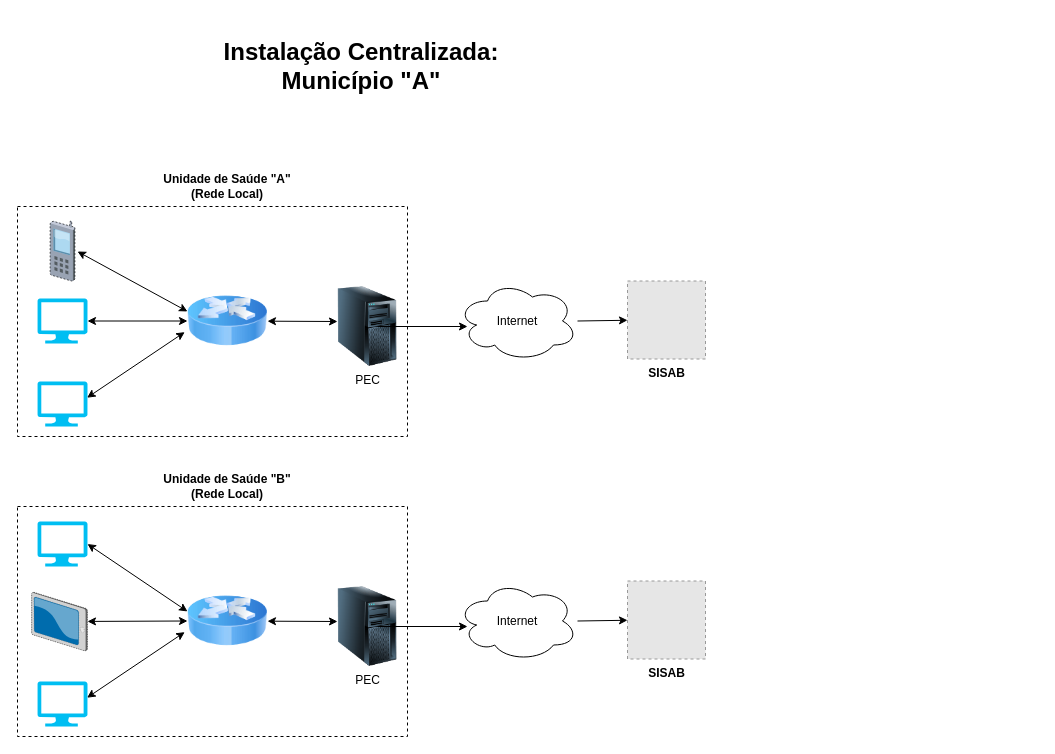
Before: page "Descentralizado_2" (2 of 4) of Untitled Diagram.drawio in cwsdevops/scripts-eSUS-APS, a draw.io diagram. Source tidied: cells renumbered, new cells numbered last; positions are measured from the earlier drawing's top-left corner, leaving out a move shared by most shapes. Both pictures are drawn from the tidied source at 100%, with x=0, y=0 at pixel (17, 51). Pictures stored in the file or linked from it are replaced by grey dashed boxes.
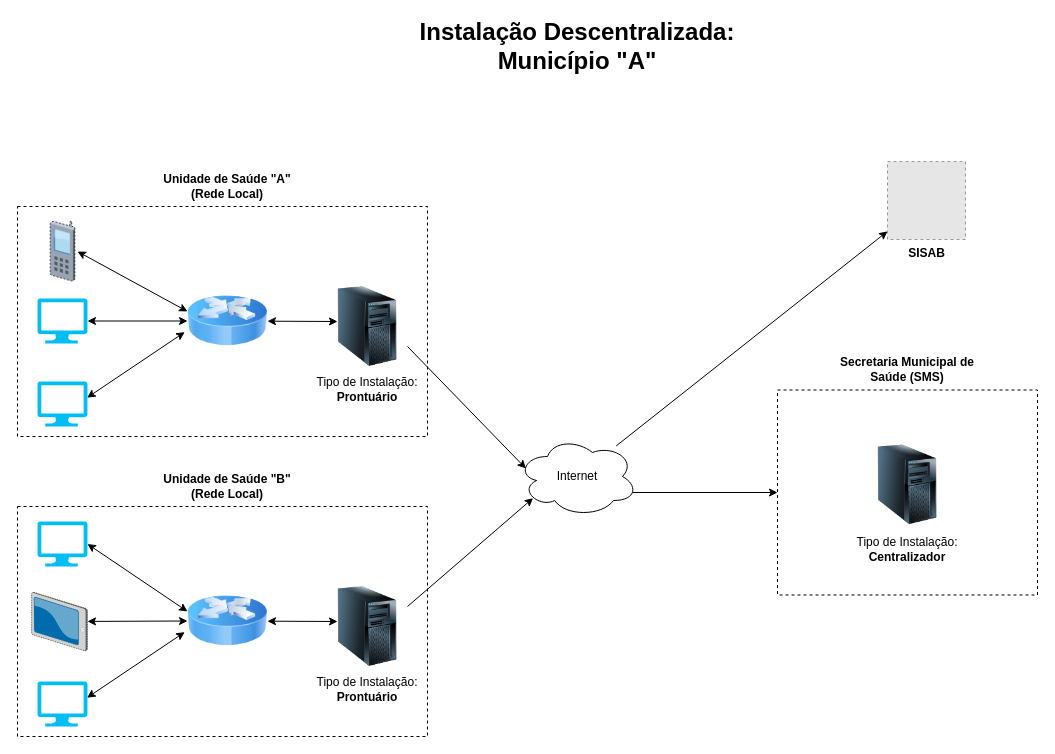
The same diagram, later.

Change to the diagram source:
```diff
@@
     <mxCell id="2" style="rounded=0;whiteSpace=wrap;html=1;fillColor=none;dashed=1;" parent="1" vertex="1">
-      <mxGeometry y="155" width="390" height="230" as="geometry" />
+      <mxGeometry y="155" width="410" height="230" as="geometry" />
     </mxCell>
@@
     <mxCell id="5" value="Internet" style="ellipse;shape=cloud;whiteSpace=wrap;html=1;" parent="1" vertex="1">
-      <mxGeometry x="440" y="229.5" width="120" height="80" as="geometry" />
+      <mxGeometry x="500" y="385" width="120" height="80" as="geometry" />
     </mxCell>
     <mxCell id="6" value="&lt;b&gt;SISAB&lt;/b&gt;" style="fillColor=#E6E6E6;strokeColor=#999999;dashed=1;html=1;verticalAlign=top;verticalLabelPosition=bottom;labelBackgroundColor=#ffffff;" parent="1" vertex="1">
-      <mxGeometry x="610" y="229.5" width="78" height="78" as="geometry" />
+      <mxGeometry x="870" y="110" width="78" height="78" as="geometry" />
     </mxCell>
@@
-    <mxCell id="9" value="PEC" style="image;html=1;image=img/lib/clip_art/computers/Server_Tower_128x128.png;" parent="1" vertex="1">
+    <mxCell id="9" style="image;html=1;image=img/lib/clip_art/computers/Server_Tower_128x128.png;" parent="1" vertex="1">
       <mxGeometry x="310" y="235" width="80" height="80" as="geometry" />
     </mxCell>
@@
-    <mxCell id="15" style="endArrow=classic;html=1;rounded=0;" parent="1" edge="1">
-      <mxGeometry relative="1" as="geometry">
-        <mxPoint x="360" y="275" as="sourcePoint" />
-        <mxPoint x="450" y="275" as="targetPoint" />
-      </mxGeometry>
+    <mxCell id="15" style="endArrow=classic;html=1;rounded=0;entryX=0.07;entryY=0.4;entryDx=0;entryDy=0;entryPerimeter=0;exitX=1;exitY=0.75;exitDx=0;exitDy=0;" parent="1" edge="1" source="9" target="5">
+      <mxGeometry relative="1" as="geometry" />
     </mxCell>
     <mxCell id="16" style="rounded=0;whiteSpace=wrap;html=1;fillColor=none;dashed=1;" parent="1" vertex="1">
-      <mxGeometry y="455" width="390" height="230" as="geometry" />
+      <mxGeometry y="455" width="410" height="230" as="geometry" />
     </mxCell>
@@
-    <mxCell id="19" value="Internet" style="ellipse;shape=cloud;whiteSpace=wrap;html=1;" parent="1" vertex="1">
-      <mxGeometry x="440" y="529.5" width="120" height="80" as="geometry" />
-    </mxCell>
-    <mxCell id="20" value="&lt;b&gt;SISAB&lt;/b&gt;" style="fillColor=#E6E6E6;strokeColor=#999999;dashed=1;html=1;verticalAlign=top;verticalLabelPosition=bottom;labelBackgroundColor=#ffffff;" parent="1" vertex="1">
-      <mxGeometry x="610" y="529.5" width="78" height="78" as="geometry" />
-    </mxCell>
-    <mxCell id="21" style="endArrow=classic;html=1;rounded=0;" parent="1" edge="1" source="19" target="20">
-      <mxGeometry relative="1" as="geometry" />
-    </mxCell>
@@
-    <mxCell id="23" value="PEC" style="image;html=1;image=img/lib/clip_art/computers/Server_Tower_128x128.png;" parent="1" vertex="1">
+    <mxCell id="23" style="image;html=1;image=img/lib/clip_art/computers/Server_Tower_128x128.png;" parent="1" vertex="1">
       <mxGeometry x="310" y="535" width="80" height="80" as="geometry" />
     </mxCell>
@@
-    <mxCell id="29" style="endArrow=classic;html=1;rounded=0;" parent="1" edge="1">
-      <mxGeometry relative="1" as="geometry">
-        <mxPoint x="360" y="575" as="sourcePoint" />
-        <mxPoint x="450" y="575" as="targetPoint" />
-      </mxGeometry>
+    <mxCell id="29" style="endArrow=classic;html=1;rounded=0;entryX=0.13;entryY=0.77;entryDx=0;entryDy=0;entryPerimeter=0;exitX=1;exitY=0.25;exitDx=0;exitDy=0;" parent="1" edge="1" source="23" target="5">
+      <mxGeometry relative="1" as="geometry" />
     </mxCell>
@@
-    <mxCell id="32" value="&lt;b&gt;&lt;font style=&quot;font-size: 24px;&quot;&gt;Instalação Centralizada:&lt;br&gt;Município &quot;A&quot;&lt;br&gt;&lt;/font&gt;&lt;/b&gt;" style="text;html=1;strokeColor=none;fillColor=none;align=center;verticalAlign=middle;whiteSpace=wrap;rounded=0;" parent="1" vertex="1">
-      <mxGeometry x="149" width="390" height="30" as="geometry" />
-    </mxCell>
+    <mxCell id="33" style="rounded=0;whiteSpace=wrap;html=1;fillColor=none;dashed=1;" parent="1" vertex="1">
+      <mxGeometry x="760" y="338.5" width="260" height="205" as="geometry" />
+    </mxCell>
+    <mxCell id="34" style="image;html=1;image=img/lib/clip_art/computers/Server_Tower_128x128.png;" parent="1" vertex="1">
+      <mxGeometry x="850" y="393.2" width="80" height="80" as="geometry" />
+    </mxCell>
+    <mxCell id="35" style="endArrow=classic;html=1;rounded=0;entryX=0;entryY=0.5;entryDx=0;entryDy=0;exitX=0.96;exitY=0.7;exitDx=0;exitDy=0;exitPerimeter=0;" parent="1" edge="1" source="5" target="33">
+      <mxGeometry relative="1" as="geometry" />
+    </mxCell>
+    <mxCell id="36" value="&lt;b&gt;Secretaria Municipal de Saúde (SMS)&lt;/b&gt;" style="text;html=1;strokeColor=none;fillColor=none;align=center;verticalAlign=middle;whiteSpace=wrap;rounded=0;" parent="1" vertex="1">
+      <mxGeometry x="810" y="302.5" width="160" height="30" as="geometry" />
+    </mxCell>
+    <mxCell id="37" value="&lt;span&gt;Tipo de Instalação:&lt;br&gt;&lt;/span&gt;&lt;span style=&quot;background-color: rgb(255, 255, 255);&quot;&gt;&lt;b&gt;Centralizador&lt;/b&gt;&lt;/span&gt;&lt;span&gt;&lt;br&gt;&lt;/span&gt;" style="text;html=1;strokeColor=none;fillColor=none;align=center;verticalAlign=middle;whiteSpace=wrap;rounded=0;fontStyle=0;" parent="1" vertex="1">
+      <mxGeometry x="810" y="482.5" width="160" height="30" as="geometry" />
+    </mxCell>
+    <mxCell id="38" value="&lt;span&gt;Tipo de Instalação:&lt;br&gt;&lt;/span&gt;&lt;span style=&quot;background-color: rgb(255, 255, 255);&quot;&gt;&lt;b&gt;Prontuário&lt;/b&gt;&lt;/span&gt;&lt;span&gt;&lt;br&gt;&lt;/span&gt;" style="text;html=1;strokeColor=none;fillColor=none;align=center;verticalAlign=middle;whiteSpace=wrap;rounded=0;fontStyle=0;" parent="1" vertex="1">
+      <mxGeometry x="270" y="323" width="160" height="30" as="geometry" />
+    </mxCell>
+    <mxCell id="39" value="&lt;span&gt;Tipo de Instalação:&lt;br&gt;&lt;/span&gt;&lt;span style=&quot;background-color: rgb(255, 255, 255);&quot;&gt;&lt;b&gt;Prontuário&lt;/b&gt;&lt;/span&gt;&lt;span&gt;&lt;br&gt;&lt;/span&gt;" style="text;html=1;strokeColor=none;fillColor=none;align=center;verticalAlign=middle;whiteSpace=wrap;rounded=0;fontStyle=0;" parent="1" vertex="1">
+      <mxGeometry x="270" y="623" width="160" height="30" as="geometry" />
+    </mxCell>
+    <mxCell id="40" value="&lt;b&gt;&lt;font style=&quot;font-size: 24px;&quot;&gt;Instalação Descentralizada:&lt;br&gt;Município &quot;A&quot;&lt;br&gt;&lt;/font&gt;&lt;/b&gt;" style="text;html=1;strokeColor=none;fillColor=none;align=center;verticalAlign=middle;whiteSpace=wrap;rounded=0;" parent="1" vertex="1">
+      <mxGeometry x="365" y="-20" width="390" height="30" as="geometry" />
+    </mxCell>
```
